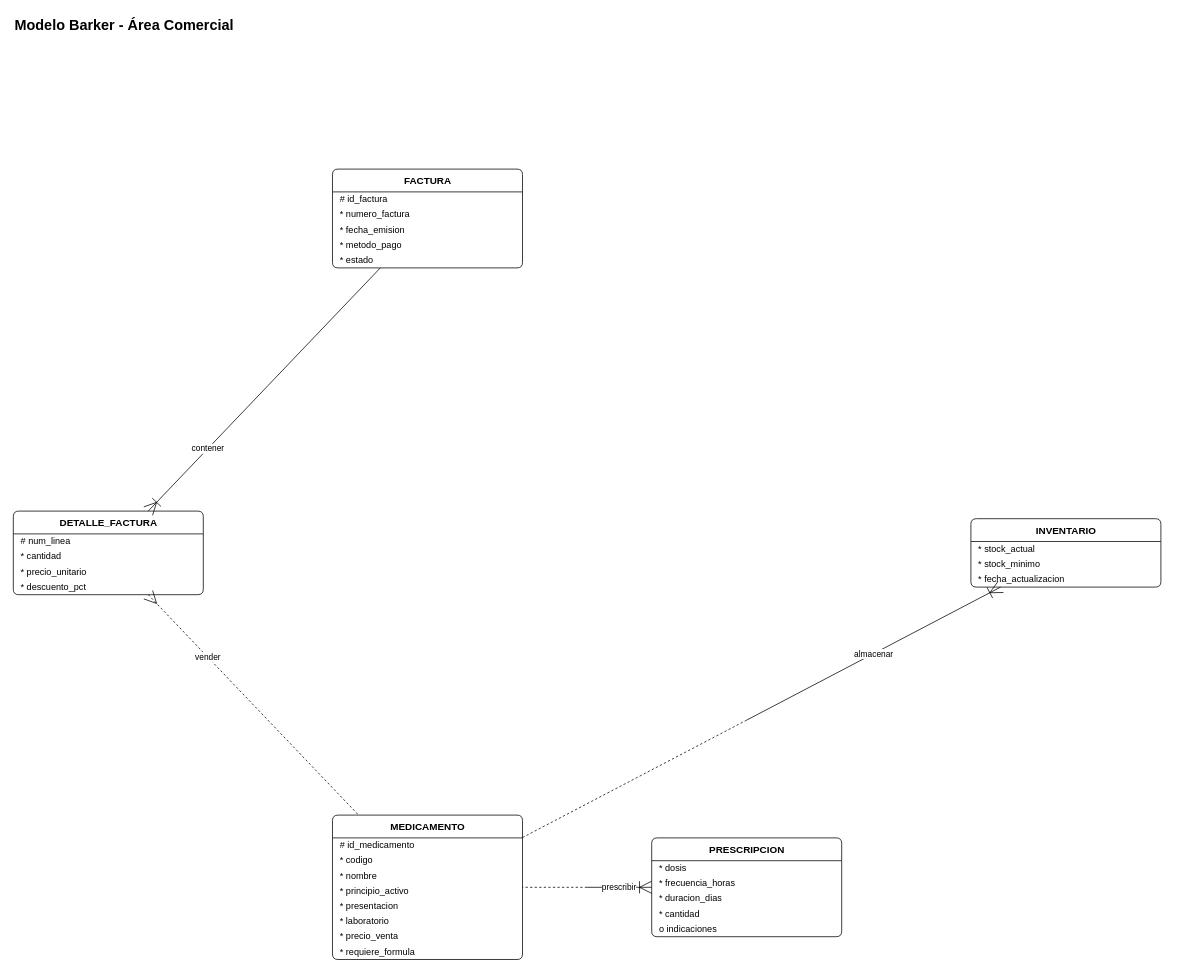
The draw.io diagram documentos/fase1/diagramas_drawio/18_Barker_Comercial.drawio in Estarlan/proyecto-bd1-sigevet, before the edit. Source tidied: cells renumbered, new cells numbered last; positions are measured from the earlier drawing's top-left corner, leaving out a move shared by most shapes. Both pictures are drawn from the tidied source at 76%, with x=0, y=0 at pixel (13, 13).
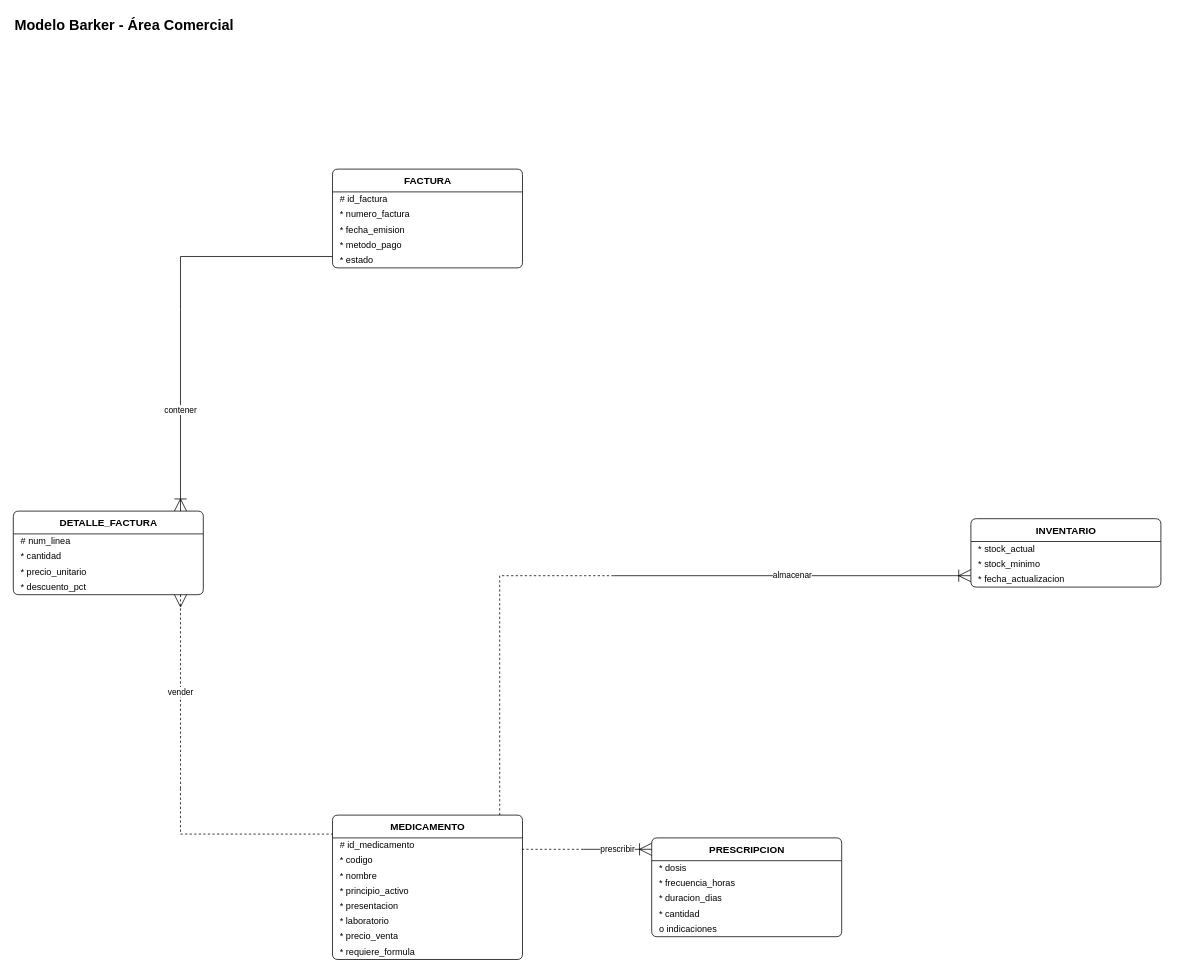
The same diagram, later.

The change refers to these unchanged cells:
```xml
<mxCell id="3" value="MEDICAMENTO" style="swimlane;fontStyle=1;horizontal=1;startSize=30;html=1;fillColor=none;swimlaneFillColor=none;fontSize=13;rounded=1;arcSize=8;" parent="1" vertex="1">
  <mxGeometry x="420" y="1055" width="250" height="190" as="geometry" />
</mxCell>
<mxCell id="12" value="PRESCRIPCION" style="swimlane;fontStyle=1;horizontal=1;startSize=30;html=1;fillColor=none;swimlaneFillColor=none;fontSize=13;rounded=1;arcSize=8;" parent="1" vertex="1">
  <mxGeometry x="840" y="1085" width="250" height="130" as="geometry" />
</mxCell>
<mxCell id="18" value="INVENTARIO" style="swimlane;fontStyle=1;horizontal=1;startSize=30;html=1;fillColor=none;swimlaneFillColor=none;fontSize=13;rounded=1;arcSize=8;" parent="1" vertex="1">
  <mxGeometry x="1260" y="665" width="250" height="90" as="geometry" />
</mxCell>
<mxCell id="22" value="FACTURA" style="swimlane;fontStyle=1;horizontal=1;startSize=30;html=1;fillColor=none;swimlaneFillColor=none;fontSize=13;rounded=1;arcSize=8;" parent="1" vertex="1">
  <mxGeometry x="420" y="205" width="250" height="130" as="geometry" />
</mxCell>
<mxCell id="28" value="DETALLE_FACTURA" style="swimlane;fontStyle=1;horizontal=1;startSize=30;html=1;fillColor=none;swimlaneFillColor=none;fontSize=13;rounded=1;arcSize=8;" parent="1" vertex="1">
  <mxGeometry y="655" width="250" height="110" as="geometry" />
</mxCell>
```

What changed in the source:
```diff
@@
     <mxCell id="33" style="shape=waypoint;fillColor=none;strokeColor=none;size=1;perimeter=centerPerimeter;" parent="1" vertex="1">
-      <mxGeometry x="754" y="1149" width="2" height="2" as="geometry" />
+      <mxGeometry x="749" y="1099" width="2" height="2" as="geometry" />
     </mxCell>
-    <mxCell id="34" value="prescribir" style="html=1;endArrow=none;fontSize=12;labelBackgroundColor=default;startArrow=ERoneToMany;startFill=0;startSize=14;fontSize=11;jumpStyle=arc;jumpSize=10;" parent="1" edge="1" source="12" target="33">
-      <mxGeometry relative="1" as="geometry" />
+    <mxCell id="34" value="prescribir" style="html=1;endArrow=none;fontSize=12;labelBackgroundColor=default;startArrow=ERoneToMany;startFill=0;startSize=14;fontSize=11;jumpStyle=gap;jumpSize=8;edgeStyle=none;rounded=0;exitX=0.00000000;exitY=0.11538462;exitPerimeter=0;entryX=0.5;entryY=0.5;entryPerimeter=0;" parent="1" edge="1" source="12" target="33">
+      <mxGeometry relative="1" as="geometry">
+        <Array as="points">
+          <mxPoint x="820" y="1100" />
+          <mxPoint x="750" y="1100" />
+        </Array>
+      </mxGeometry>
     </mxCell>
-    <mxCell id="35" style="html=1;endArrow=none;fontSize=12;labelBackgroundColor=default;dashed=1;jumpStyle=arc;jumpSize=10;" parent="1" edge="1" source="33" target="3">
-      <mxGeometry relative="1" as="geometry" />
+    <mxCell id="35" style="html=1;endArrow=none;fontSize=12;labelBackgroundColor=default;dashed=1;jumpStyle=gap;jumpSize=8;edgeStyle=none;rounded=0;exitX=0.5;exitY=0.5;exitPerimeter=0;entryX=1.00000000;entryY=0.23684211;entryPerimeter=0;" parent="1" edge="1" source="33" target="3">
+      <mxGeometry relative="1" as="geometry">
+        <Array as="points">
+          <mxPoint x="750" y="1100" />
+          <mxPoint x="680" y="1100" />
+        </Array>
+      </mxGeometry>
     </mxCell>
     <mxCell id="36" style="shape=waypoint;fillColor=none;strokeColor=none;size=1;perimeter=centerPerimeter;" parent="1" vertex="1">
-      <mxGeometry x="964" y="929" width="2" height="2" as="geometry" />
+      <mxGeometry x="789" y="739" width="2" height="2" as="geometry" />
     </mxCell>
-    <mxCell id="37" value="almacenar" style="html=1;endArrow=none;fontSize=12;labelBackgroundColor=default;startArrow=ERoneToMany;startFill=0;startSize=14;fontSize=11;jumpStyle=arc;jumpSize=10;" parent="1" edge="1" source="18" target="36">
-      <mxGeometry relative="1" as="geometry" />
+    <mxCell id="37" value="almacenar" style="html=1;endArrow=none;fontSize=12;labelBackgroundColor=default;startArrow=ERoneToMany;startFill=0;startSize=14;fontSize=11;jumpStyle=gap;jumpSize=8;edgeStyle=none;rounded=0;exitX=0.00000000;exitY=0.83333333;exitPerimeter=0;entryX=0.5;entryY=0.5;entryPerimeter=0;" parent="1" edge="1" source="18" target="36">
+      <mxGeometry relative="1" as="geometry">
+        <Array as="points">
+          <mxPoint x="1240" y="740" />
+          <mxPoint x="790" y="740" />
+        </Array>
+      </mxGeometry>
     </mxCell>
-    <mxCell id="38" style="html=1;endArrow=none;fontSize=12;labelBackgroundColor=default;dashed=1;jumpStyle=arc;jumpSize=10;" parent="1" edge="1" source="36" target="3">
-      <mxGeometry relative="1" as="geometry" />
+    <mxCell id="38" style="html=1;endArrow=none;fontSize=12;labelBackgroundColor=default;dashed=1;jumpStyle=gap;jumpSize=8;edgeStyle=none;rounded=0;exitX=0.5;exitY=0.5;exitPerimeter=0;entryX=0.88000000;entryY=0.00000000;entryPerimeter=0;" parent="1" edge="1" source="36" target="3">
+      <mxGeometry relative="1" as="geometry">
+        <Array as="points">
+          <mxPoint x="790" y="740" />
+          <mxPoint x="640" y="740" />
+          <mxPoint x="640" y="1040" />
+        </Array>
+      </mxGeometry>
     </mxCell>
     <mxCell id="39" style="shape=waypoint;fillColor=none;strokeColor=none;size=1;perimeter=centerPerimeter;" parent="1" vertex="1">
-      <mxGeometry x="334" y="489" width="2" height="2" as="geometry" />
+      <mxGeometry x="219" y="389" width="2" height="2" as="geometry" />
     </mxCell>
-    <mxCell id="40" value="contener" style="html=1;endArrow=none;fontSize=12;labelBackgroundColor=default;startArrow=ERoneToMany;startFill=0;startSize=14;fontSize=11;jumpStyle=arc;jumpSize=10;" parent="1" edge="1" source="28" target="39">
-      <mxGeometry relative="1" as="geometry" />
+    <mxCell id="40" value="contener" style="html=1;endArrow=none;fontSize=12;labelBackgroundColor=default;startArrow=ERoneToMany;startFill=0;startSize=14;fontSize=11;jumpStyle=gap;jumpSize=8;edgeStyle=none;rounded=0;exitX=0.88000000;exitY=0.00000000;exitPerimeter=0;entryX=0.5;entryY=0.5;entryPerimeter=0;" parent="1" edge="1" source="28" target="39">
+      <mxGeometry relative="1" as="geometry">
+        <Array as="points">
+          <mxPoint x="220" y="640" />
+          <mxPoint x="220" y="390" />
+        </Array>
+      </mxGeometry>
     </mxCell>
-    <mxCell id="41" style="html=1;endArrow=none;fontSize=12;labelBackgroundColor=default;jumpStyle=arc;jumpSize=10;" parent="1" edge="1" source="39" target="22">
-      <mxGeometry relative="1" as="geometry" />
+    <mxCell id="41" style="html=1;endArrow=none;fontSize=12;labelBackgroundColor=default;jumpStyle=gap;jumpSize=8;edgeStyle=none;rounded=0;exitX=0.5;exitY=0.5;exitPerimeter=0;entryX=0.00000000;entryY=0.88461538;entryPerimeter=0;" parent="1" edge="1" source="39" target="22">
+      <mxGeometry relative="1" as="geometry">
+        <Array as="points">
+          <mxPoint x="220" y="390" />
+          <mxPoint x="220" y="320" />
+          <mxPoint x="400" y="320" />
+        </Array>
+      </mxGeometry>
     </mxCell>
     <mxCell id="42" style="shape=waypoint;fillColor=none;strokeColor=none;size=1;perimeter=centerPerimeter;" parent="1" vertex="1">
-      <mxGeometry x="334" y="929" width="2" height="2" as="geometry" />
+      <mxGeometry x="219" y="1019" width="2" height="2" as="geometry" />
     </mxCell>
-    <mxCell id="43" value="vender" style="html=1;endArrow=none;fontSize=12;labelBackgroundColor=default;dashed=1;startArrow=ERmany;startFill=0;startSize=14;fontSize=11;jumpStyle=arc;jumpSize=10;" parent="1" edge="1" source="28" target="42">
-      <mxGeometry relative="1" as="geometry" />
+    <mxCell id="43" value="vender" style="html=1;endArrow=none;fontSize=12;labelBackgroundColor=default;dashed=1;startArrow=ERmany;startFill=0;startSize=14;fontSize=11;jumpStyle=gap;jumpSize=8;edgeStyle=none;rounded=0;exitX=0.88000000;exitY=1.00000000;exitPerimeter=0;entryX=0.5;entryY=0.5;entryPerimeter=0;" parent="1" edge="1" source="28" target="42">
+      <mxGeometry relative="1" as="geometry">
+        <Array as="points">
+          <mxPoint x="220" y="780" />
+          <mxPoint x="220" y="1020" />
+        </Array>
+      </mxGeometry>
     </mxCell>
-    <mxCell id="44" style="html=1;endArrow=none;fontSize=12;labelBackgroundColor=default;dashed=1;jumpStyle=arc;jumpSize=10;" parent="1" edge="1" source="42" target="3">
-      <mxGeometry relative="1" as="geometry" />
+    <mxCell id="44" style="html=1;endArrow=none;fontSize=12;labelBackgroundColor=default;dashed=1;jumpStyle=gap;jumpSize=8;edgeStyle=none;rounded=0;exitX=0.5;exitY=0.5;exitPerimeter=0;entryX=0.00000000;entryY=0.13157895;entryPerimeter=0;" parent="1" edge="1" source="42" target="3">
+      <mxGeometry relative="1" as="geometry">
+        <Array as="points">
+          <mxPoint x="220" y="1020" />
+          <mxPoint x="220" y="1080" />
+          <mxPoint x="400" y="1080" />
+        </Array>
+      </mxGeometry>
     </mxCell>
```
